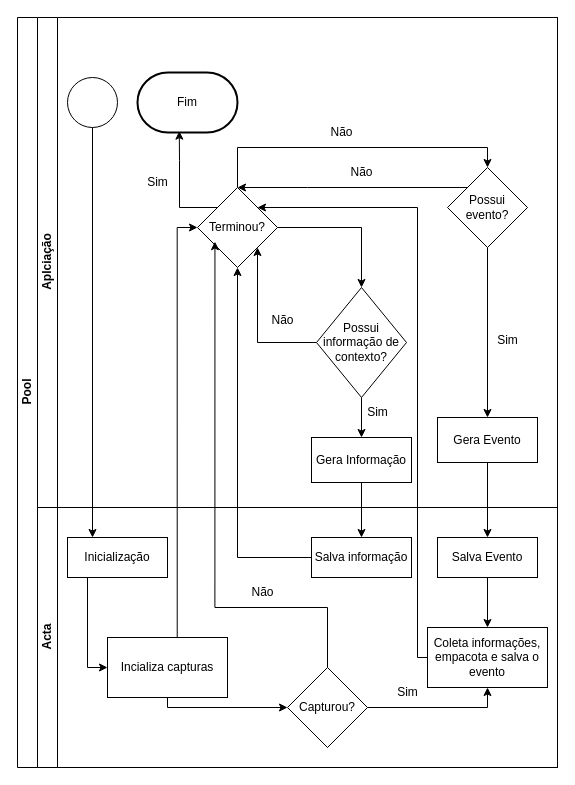
Above: files/bpm.drawio in viniacpotrich/Gerenciamento-de-Aplicativos (draw.io), before the change. Source tidied: cells renumbered, new cells numbered last; positions are measured from the earlier drawing's top-left corner, leaving out a move shared by most shapes. Both pictures are drawn from the tidied source at 100%, with x=0, y=0 at pixel (17, 17).
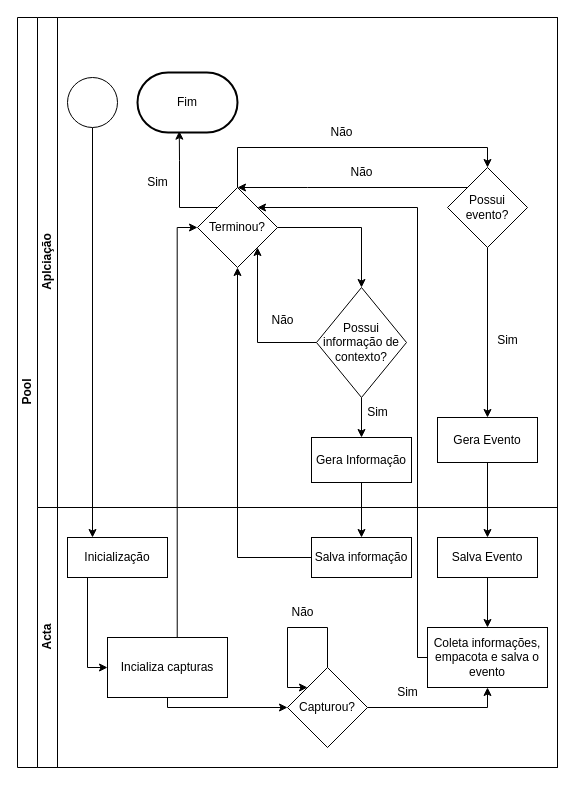
After the change.

The change refers to these unchanged cells:
```xml
<mxCell id="2" value="Pool" style="swimlane;html=1;horizontal=0;startSize=20;" parent="1" vertex="1">
  <mxGeometry width="540" height="750" as="geometry" />
</mxCell>
<mxCell id="19" value="Terminou?" style="rhombus;whiteSpace=wrap;html=1;" parent="5" vertex="1">
  <mxGeometry x="160" y="170" width="80" height="80" as="geometry" />
</mxCell>
<mxCell id="28" value="Acta" style="swimlane;html=1;startSize=20;horizontal=0;" parent="2" vertex="1">
  <mxGeometry x="20" y="490" width="520" height="260" as="geometry" />
</mxCell>
<mxCell id="34" value="Coleta informações, empacota e salva o evento" style="rounded=0;whiteSpace=wrap;html=1;" parent="28" vertex="1">
  <mxGeometry x="390" y="120" width="120" height="60" as="geometry" />
</mxCell>
<mxCell id="37" value="Incializa capturas" style="rounded=0;whiteSpace=wrap;html=1;" parent="28" vertex="1">
  <mxGeometry x="70" y="130" width="120" height="60" as="geometry" />
</mxCell>
<mxCell id="39" value="Capturou?" style="rhombus;whiteSpace=wrap;html=1;" parent="28" vertex="1">
  <mxGeometry x="250" y="160" width="80" height="80" as="geometry" />
</mxCell>
```

The edit, as a diff of the source:
```diff
@@
+    <mxCell id="42" style="edgeStyle=orthogonalEdgeStyle;rounded=0;jettySize=auto;html=1;entryX=0;entryY=0.5;entryDx=0;entryDy=0;exitX=0.581;exitY=-0.005;exitDx=0;exitDy=0;exitPerimeter=0;" parent="2" edge="1" source="37" target="19">
+      <mxGeometry relative="1" as="geometry" />
+    </mxCell>
@@
-    <mxCell id="32" style="edgeStyle=orthogonalEdgeStyle;rounded=0;jettySize=auto;html=1;exitX=0;exitY=0.5;exitDx=0;exitDy=0;" parent="28" edge="1" source="34">
-      <mxGeometry relative="1" as="geometry">
-        <mxPoint x="220" y="-300" as="targetPoint" />
-        <Array as="points">
-          <mxPoint x="380" y="150" />
-          <mxPoint x="380" y="-300" />
-        </Array>
-      </mxGeometry>
-    </mxCell>
+    <mxCell id="44" style="edgeStyle=orthogonalEdgeStyle;rounded=0;jettySize=auto;html=1;exitX=0;exitY=0.5;exitDx=0;exitDy=0;" parent="28" edge="1" source="34">
+      <mxGeometry relative="1" as="geometry">
+        <mxPoint x="220" y="-300" as="targetPoint" />
+        <Array as="points">
+          <mxPoint x="380" y="150" />
+          <mxPoint x="380" y="-300" />
+        </Array>
+      </mxGeometry>
+    </mxCell>
@@
     <mxCell id="41" value="Não" style="text;html=1;align=center;verticalAlign=middle;strokeColor=none;fillColor=none;" parent="28" vertex="1">
-      <mxGeometry x="200" y="70" width="50" height="30" as="geometry" />
+      <mxGeometry x="240" y="90" width="50" height="30" as="geometry" />
     </mxCell>
-    <mxCell id="42" style="edgeStyle=orthogonalEdgeStyle;rounded=0;jettySize=auto;html=1;entryX=0;entryY=0.5;entryDx=0;entryDy=0;exitX=0.581;exitY=-0.005;exitDx=0;exitDy=0;exitPerimeter=0;" parent="2" edge="1" source="37" target="19">
-      <mxGeometry relative="1" as="geometry" />
-    </mxCell>
-    <mxCell id="43" style="edgeStyle=orthogonalEdgeStyle;rounded=0;jettySize=auto;html=1;entryX=0.218;entryY=0.677;entryDx=0;entryDy=0;entryPerimeter=0;exitX=0.5;exitY=0;exitDx=0;exitDy=0;" parent="2" edge="1" source="39" target="19">
-      <mxGeometry relative="1" as="geometry">
-        <Array as="points">
-          <mxPoint x="310" y="590" />
-          <mxPoint x="197" y="590" />
-        </Array>
-      </mxGeometry>
-    </mxCell>
+    <mxCell id="45" style="edgeStyle=orthogonalEdgeStyle;rounded=0;orthogonalLoop=1;jettySize=auto;html=1;entryX=0;entryY=0;entryDx=0;entryDy=0;exitX=0.5;exitY=0;exitDx=0;exitDy=0;" parent="28" edge="1" source="39" target="39">
+      <mxGeometry relative="1" as="geometry">
+        <Array as="points">
+          <mxPoint x="290" y="120" />
+          <mxPoint x="250" y="120" />
+          <mxPoint x="250" y="180" />
+        </Array>
+      </mxGeometry>
+    </mxCell>
```
